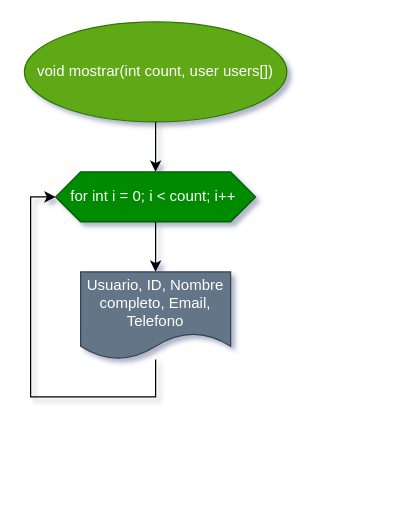
The draw.io diagram page "mostrar" (4 of 6) of prograEstructurada/agendaElectronica/agendaElecronica.drawio in MrChilaquiles/Exercises, before the edit. Source tidied: cells renumbered, new cells numbered last; positions are measured from the earlier drawing's top-left corner, leaving out a move shared by most shapes. Both pictures are drawn from the tidied source at 125%, with x=0, y=0 at pixel (24, 21).
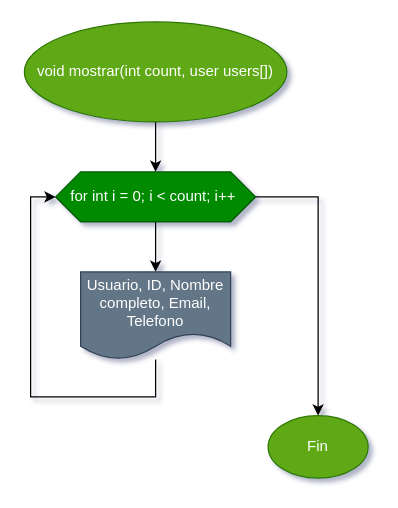
Above is the later version.

The edit, as a diff of the source:
```diff
@@
 <mxGraphModel shadow="1">
   <root>
     <mxCell id="0" />
     <mxCell id="1" parent="0" />
     <mxCell id="2" style="edgeStyle=orthogonalEdgeStyle;rounded=0;jettySize=auto;html=1;" parent="1" edge="1" source="3" target="5">
       <mxGeometry relative="1" as="geometry" />
     </mxCell>
     <mxCell id="3" value="void mostrar(int count, user users[])" style="ellipse;whiteSpace=wrap;html=1;fillColor=#60a917;fontColor=#ffffff;strokeColor=#2D7600;" parent="1" vertex="1">
       <mxGeometry width="210" height="80" as="geometry" />
     </mxCell>
     <mxCell id="4" style="edgeStyle=orthogonalEdgeStyle;rounded=0;jettySize=auto;html=1;" parent="1" edge="1" source="5" target="7">
       <mxGeometry relative="1" as="geometry" />
     </mxCell>
+    <mxCell id="8" style="edgeStyle=orthogonalEdgeStyle;rounded=0;jettySize=auto;html=1;" parent="1" edge="1" source="5" target="9">
+      <mxGeometry relative="1" as="geometry" />
+    </mxCell>
     <mxCell id="5" value="for int i = 0; i &amp;lt; count; i++&amp;nbsp;" style="shape=hexagon;perimeter=hexagonPerimeter2;whiteSpace=wrap;html=1;fixedSize=1;fillColor=#008a00;fontColor=#ffffff;strokeColor=#005700;" parent="1" vertex="1">
       <mxGeometry x="25" y="120" width="160" height="40" as="geometry" />
     </mxCell>
     <mxCell id="6" style="edgeStyle=orthogonalEdgeStyle;rounded=0;jettySize=auto;html=1;entryX=0;entryY=0.5;entryDx=0;entryDy=0;" parent="1" edge="1" source="7" target="5">
       <mxGeometry relative="1" as="geometry">
         <Array as="points">
           <mxPoint x="105" y="300" />
           <mxPoint x="5" y="300" />
           <mxPoint x="5" y="140" />
         </Array>
       </mxGeometry>
     </mxCell>
     <mxCell id="7" value="&lt;div&gt;&lt;br&gt;&lt;/div&gt;&lt;div&gt;&lt;span style=&quot;background-color: initial;&quot;&gt;Usuario, ID, Nombre completo, Email, Telefono&lt;/span&gt;&lt;br&gt;&lt;/div&gt;&lt;div&gt;&lt;br&gt;&lt;/div&gt;" style="shape=document;whiteSpace=wrap;html=1;boundedLbl=1;fillColor=#647687;strokeColor=#314354;fontColor=#ffffff;" parent="1" vertex="1">
       <mxGeometry x="45" y="200" width="120" height="70" as="geometry" />
     </mxCell>
+    <mxCell id="9" value="Fin" style="ellipse;whiteSpace=wrap;html=1;fillColor=#60a917;strokeColor=#2D7600;fontColor=#ffffff;" parent="1" vertex="1">
+      <mxGeometry x="195" y="315" width="80" height="50" as="geometry" />
+    </mxCell>
   </root>
 </mxGraphModel>
```
